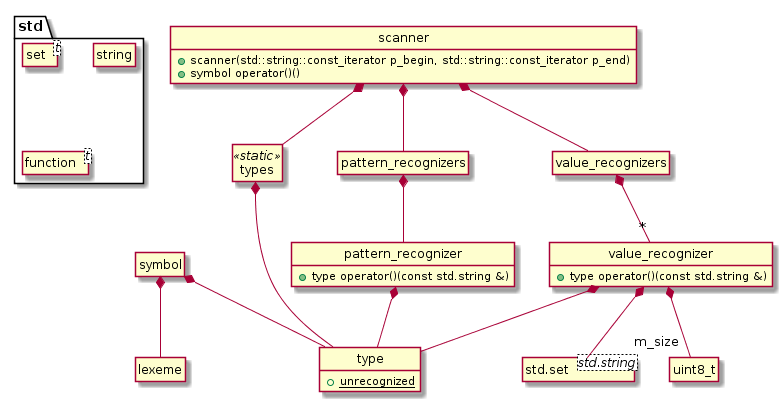
The PlantUML diagram code/interpreter/document/classes.png in rodrigocanellas/tenacitas, before a commit.
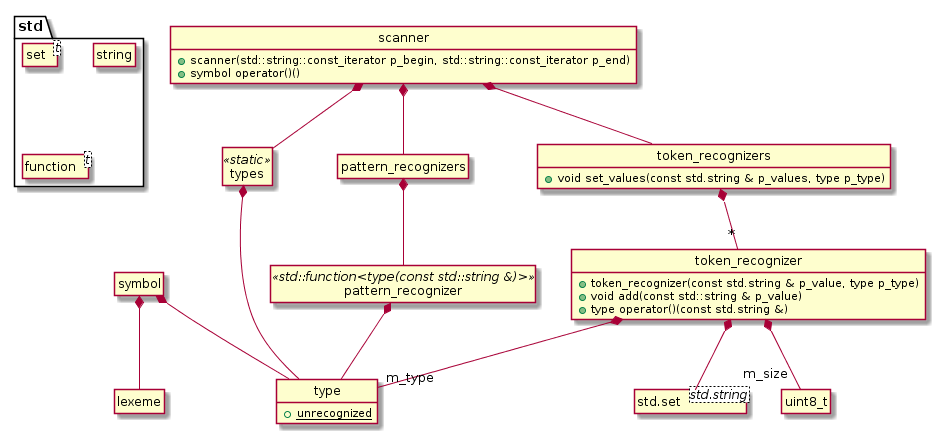
After the change.

The edit, as a diff of the source:
```diff
@@ -16,11 +16,15 @@
 }
 class symbol
 class lexeme
-class value_recognizer {
+class token_recognizer {
+    + token_recognizer(const std.string & p_value, type p_type)
+    + void add(const std::string & p_value)
     + type operator()(const std.string &)
 }
 
-class value_recognizers
+class token_recognizers {
+    + void set_values(const std.string & p_values, type p_type)
+}
 class type {
     + {static} unrecognized
 }
@@ -28,9 +32,7 @@
 class "std.set<std.string>" as string_set
 
 class pattern_recognizers
-class pattern_recognizer {
-    + type operator()(const std.string &)
-}
+class pattern_recognizer <<std::function<type(const std::string &)> >>
 
 pattern_recognizers *-- pattern_recognizer
 
@@ -38,16 +40,16 @@
 
 types *-- type
 
-value_recognizer *-- "m_size" uint8_t
-value_recognizer *--  type
-value_recognizer *-- string_set
-value_recognizers *-- "*" value_recognizer
+token_recognizer *-- "m_size" uint8_t
+token_recognizer *--  "m_type" type
+token_recognizer *-- string_set
+token_recognizers *-- "*" token_recognizer
 
 symbol *-- lexeme
 symbol *-- type
 
 scanner *-- types
-scanner *-- value_recognizers
+scanner *-- token_recognizers
 scanner *-- pattern_recognizers
 
 @enduml
```
